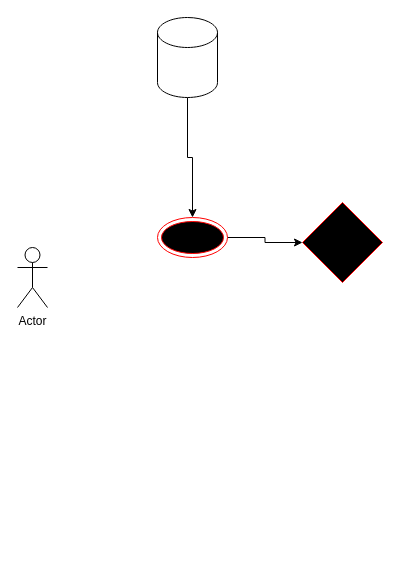
Above: 未命名绘图.drawio in kitions/DrawIO (draw.io), before the change. Source tidied: cells renumbered, new cells numbered last; positions are measured from the earlier drawing's top-left corner, leaving out a move shared by most shapes. Both pictures are drawn from the tidied source at 100%, with x=0, y=0 at pixel (17, 17).
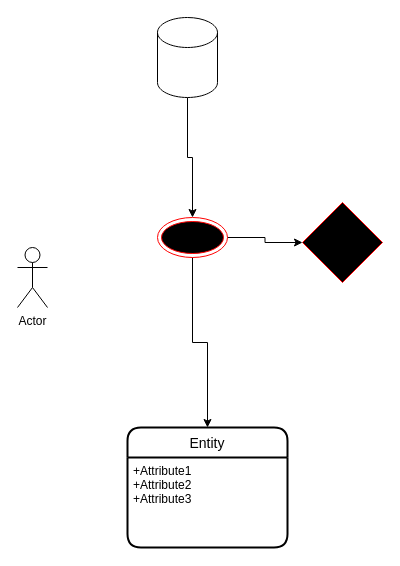
Above is the later version.

Commit message:
更新未命名绘图1.drawio

Change to the diagram source:
```diff
@@
 <mxGraphModel>
   <root>
     <mxCell id="0" />
     <mxCell id="1" parent="0" />
     <mxCell id="2" style="edgeStyle=orthogonalEdgeStyle;rounded=0;jettySize=auto;html=1;" parent="1" edge="1" source="3" target="4">
       <mxGeometry relative="1" as="geometry" />
     </mxCell>
+    <mxCell id="8" style="edgeStyle=orthogonalEdgeStyle;rounded=0;jettySize=auto;html=1;exitX=0.5;exitY=1;exitDx=0;exitDy=0;" parent="1" edge="1" source="3" target="9">
+      <mxGeometry relative="1" as="geometry" />
+    </mxCell>
     <mxCell id="3" style="ellipse;html=1;shape=endState;fillColor=#000000;strokeColor=#ff0000;" parent="1" vertex="1">
       <mxGeometry x="140" y="200" width="70" height="40" as="geometry" />
     </mxCell>
     <mxCell id="4" style="rhombus;whiteSpace=wrap;html=1;fillColor=#000000;strokeColor=#ff0000;" parent="1" vertex="1">
       <mxGeometry x="285" y="185" width="80" height="80" as="geometry" />
     </mxCell>
     <mxCell id="5" style="edgeStyle=orthogonalEdgeStyle;rounded=0;jettySize=auto;html=1;exitX=0.5;exitY=1;exitDx=0;exitDy=0;exitPerimeter=0;entryX=0.5;entryY=0;entryDx=0;entryDy=0;" parent="1" edge="1" source="6" target="3">
       <mxGeometry relative="1" as="geometry" />
     </mxCell>
     <mxCell id="6" style="shape=cylinder3;whiteSpace=wrap;html=1;boundedLbl=1;backgroundOutline=1;size=15;" parent="1" vertex="1">
       <mxGeometry x="140" width="60" height="80" as="geometry" />
     </mxCell>
     <mxCell id="7" value="Actor" style="shape=umlActor;verticalLabelPosition=bottom;verticalAlign=top;html=1;" parent="1" vertex="1">
       <mxGeometry y="230" width="30" height="60" as="geometry" />
     </mxCell>
+    <mxCell id="9" value="Entity" style="swimlane;horizontal=1;startSize=30;rounded=1;fontSize=14;fontStyle=0;strokeWidth=2;shadow=0;dashed=0;align=center;" parent="1" vertex="1">
+      <mxGeometry x="110" y="410" width="160" height="120" as="geometry" />
+    </mxCell>
+    <mxCell id="10" value="+Attribute1&#10;+Attribute2&#10;+Attribute3" style="align=left;strokeColor=none;fillColor=none;spacingLeft=4;fontSize=12;verticalAlign=top;" parent="9" vertex="1">
+      <mxGeometry y="30" width="160" height="90" as="geometry" />
+    </mxCell>
   </root>
 </mxGraphModel>
```
